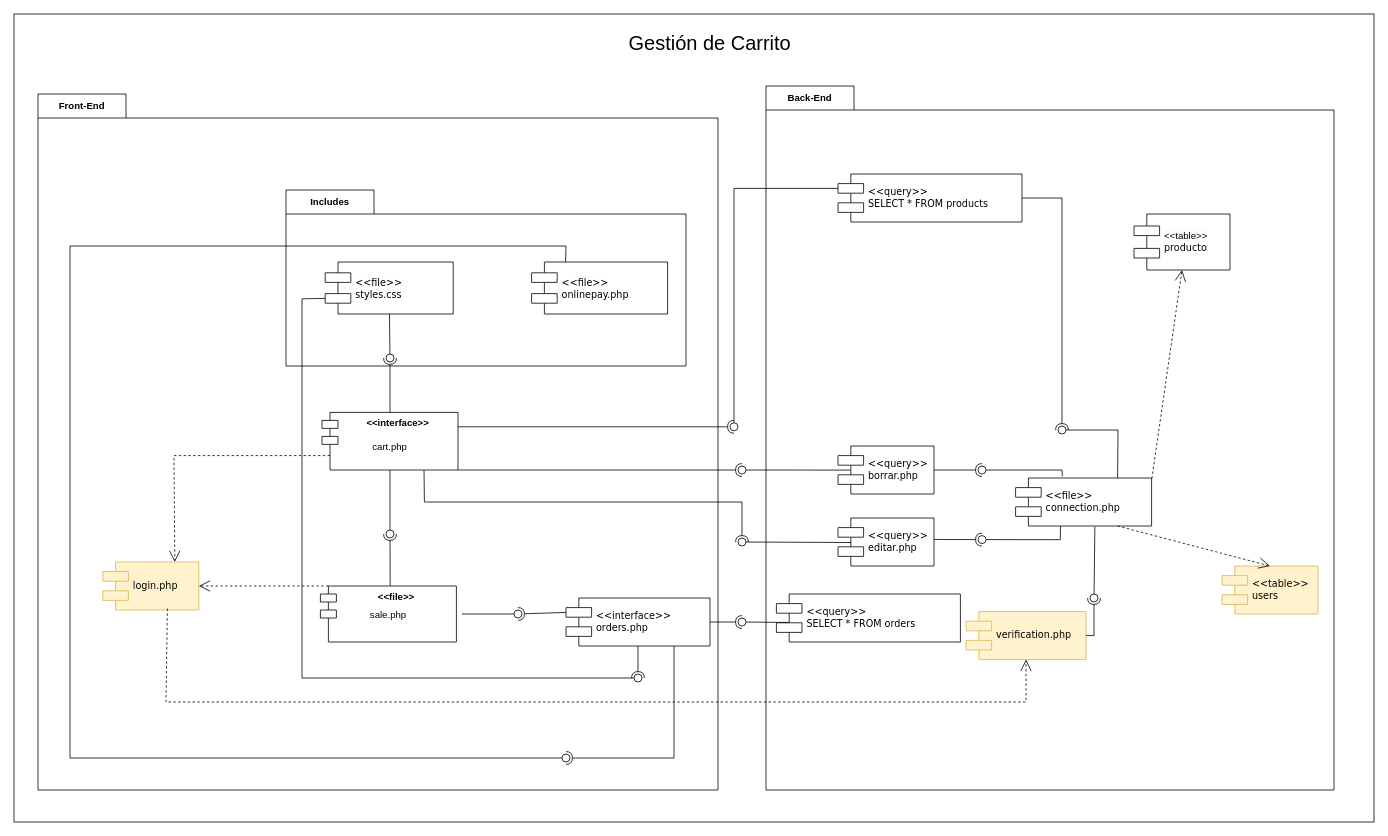
JorgeADnro/Torres keeps this draw.io diagram as Diagramas/DiagramaComponentesCDua.drawio. Above is the earlier version. Source tidied: cells renumbered, new cells numbered last; positions are measured from the earlier drawing's top-left corner, leaving out a move shared by most shapes. Both pictures are drawn from the tidied source at 80%, with x=0, y=0 at pixel (14, 14).
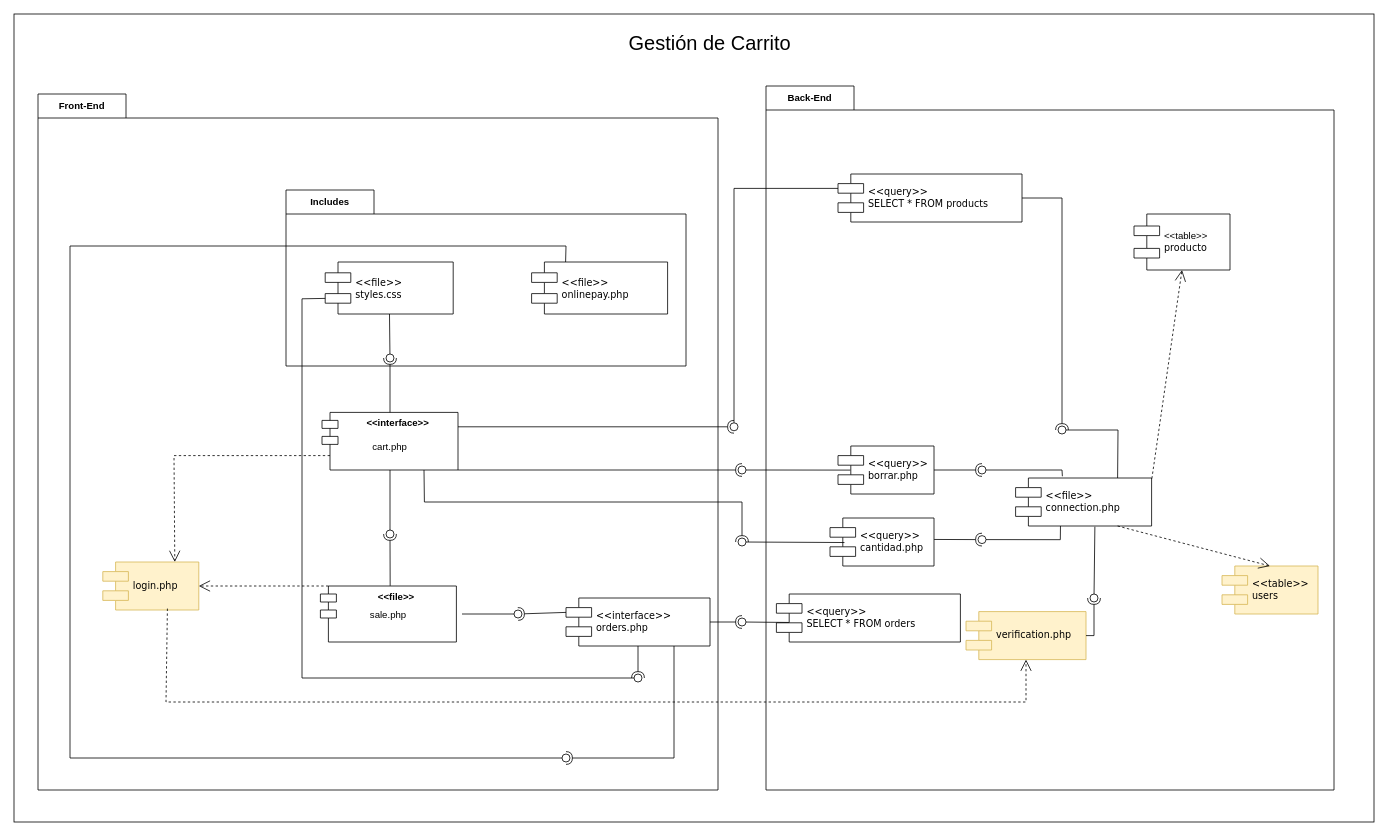
The same page after the edit.

The edit, as a diff of the source:
```diff
@@
-    <mxCell id="40" value="&amp;lt;&amp;lt;query&amp;gt;&amp;gt;&lt;br&gt;editar.php" style="shape=component;align=left;spacingLeft=36;rounded=0;shadow=0;comic=0;labelBackgroundColor=none;strokeWidth=1;fontFamily=Verdana;fontSize=12;html=1;" parent="1" vertex="1">
-      <mxGeometry x="1030" y="630" width="120" height="60" as="geometry" />
+    <mxCell id="40" value="&amp;lt;&amp;lt;query&amp;gt;&amp;gt;&lt;br&gt;cantidad.php" style="shape=component;align=left;spacingLeft=36;rounded=0;shadow=0;comic=0;labelBackgroundColor=none;strokeWidth=1;fontFamily=Verdana;fontSize=12;html=1;" parent="1" vertex="1">
+      <mxGeometry x="1020" y="630" width="130" height="60" as="geometry" />
     </mxCell>
```
